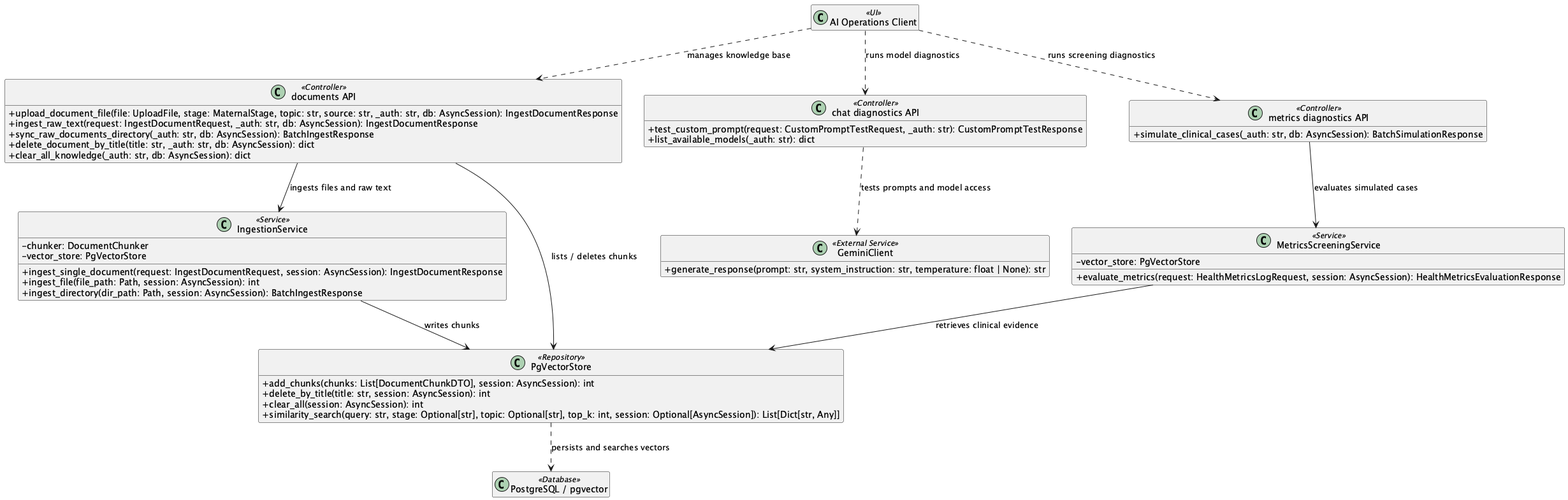
Earlier version of the PlantUML export 03_Design/Detailed_Design/MF06_AI_Nurse_Assistant/images/02_AI_Knowledge_Base_and_Diagnostics_Operations_ClassDiagram.png (ChuongBDHE172784/CareBridge_SEP490_G79).
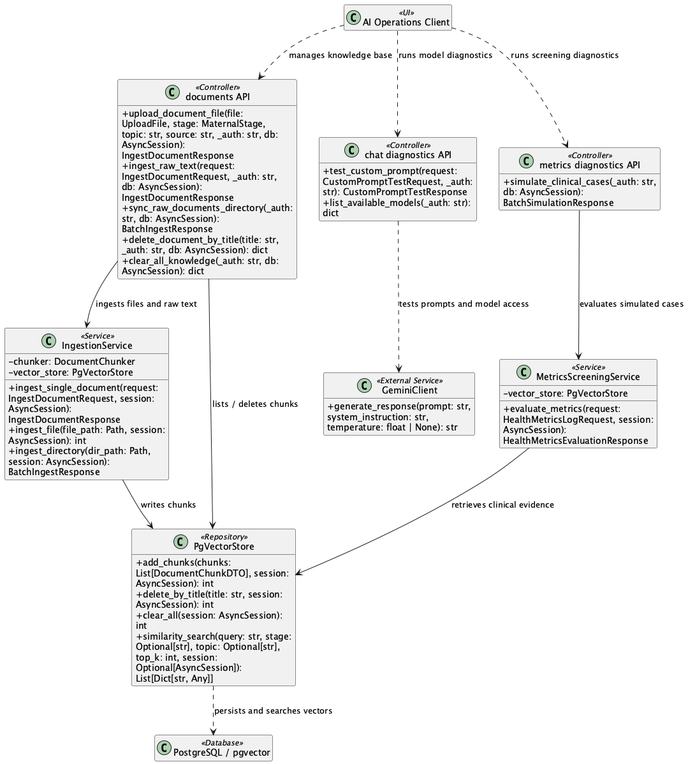
After the commit.

The edit, as a diff of the source:
```diff
@@ -1,5 +1,6 @@
-@startuml
+@startuml ClassDiagram_AIKnowledgeBaseandDiagnosticsOperations
 skinparam classAttributeIconSize 0
+skinparam wrapWidth 250
 hide empty members
 
 class "AI Operations Client" as UI1 <<UI>>
```
